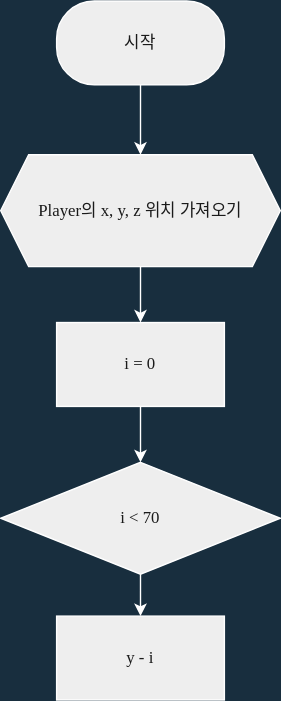
This is Algorithm/finding_dia.drawio.svg from Xe-Kinesis/Minecraft-Python, a draw.io export, as it was before one commit. Source tidied: cells renumbered, new cells last; positions are measured from the earlier drawing's top-left corner, leaving out a move shared by most shapes.
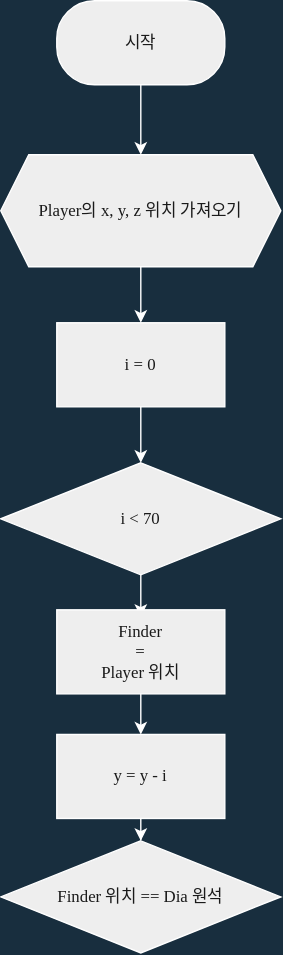
After the change.

The edit, as a diff of the source:
```diff
@@ -20,14 +20,32 @@
     <mxCell id="7" value="i = 0" style="rounded=0;whiteSpace=wrap;html=1;sketch=0;fontFamily=어그로체;fontSource=https%3A%2F%2Fcdn.jsdelivr.net%2Fgh%2Fprojectnoonnu%2Fnoonfonts_2108%401.1%2FSBAggroB.woff;fontColor=#1A1A1A;strokeColor=#FFFFFF;fillColor=#EEEEEE;" parent="1" vertex="1">
       <mxGeometry x="40" y="230" width="120" height="60" as="geometry" />
     </mxCell>
-    <mxCell id="8" style="edgeStyle=orthogonalEdgeStyle;curved=0;rounded=1;sketch=0;jettySize=auto;html=1;fontFamily=어그로체;fontSource=https%3A%2F%2Fcdn.jsdelivr.net%2Fgh%2Fprojectnoonnu%2Fnoonfonts_2108%401.1%2FSBAggroB.woff;fontColor=#FFFFFF;strokeColor=#FFFFFF;" parent="1" edge="1" source="9" target="10">
-      <mxGeometry relative="1" as="geometry" />
+    <mxCell id="8" style="edgeStyle=orthogonalEdgeStyle;curved=0;rounded=1;sketch=0;jettySize=auto;html=1;fontFamily=어그로체;fontSource=https%3A%2F%2Fcdn.jsdelivr.net%2Fgh%2Fprojectnoonnu%2Fnoonfonts_2108%401.1%2FSBAggroB.woff;fontColor=#FFFFFF;strokeColor=#FFFFFF;" parent="1" edge="1" source="9">
+      <mxGeometry relative="1" as="geometry">
+        <mxPoint x="100" y="440" as="targetPoint" />
+        <Array as="points">
+          <mxPoint x="100" y="430" />
+          <mxPoint x="100" y="430" />
+        </Array>
+      </mxGeometry>
     </mxCell>
     <mxCell id="9" value="i &amp;lt; 70" style="rhombus;whiteSpace=wrap;html=1;rounded=0;fontFamily=어그로체;fontSource=https%3A%2F%2Fcdn.jsdelivr.net%2Fgh%2Fprojectnoonnu%2Fnoonfonts_2108%401.1%2FSBAggroB.woff;fontColor=#1A1A1A;strokeColor=#FFFFFF;fillColor=#EEEEEE;sketch=0;" parent="1" vertex="1">
       <mxGeometry y="330" width="200" height="80" as="geometry" />
     </mxCell>
+    <mxCell id="11" style="edgeStyle=orthogonalEdgeStyle;curved=0;rounded=1;sketch=0;jettySize=auto;html=1;fontFamily=어그로체;fontSource=https%3A%2F%2Fcdn.jsdelivr.net%2Fgh%2Fprojectnoonnu%2Fnoonfonts_2108%401.1%2FSBAggroB.woff;fontColor=#FFFFFF;strokeColor=#FFFFFF;" parent="1" edge="1" source="10" target="12">
+      <mxGeometry relative="1" as="geometry" />
+    </mxCell>
-    <mxCell id="10" value="y - i" style="whiteSpace=wrap;html=1;rounded=0;fontFamily=어그로체;fontSource=https%3A%2F%2Fcdn.jsdelivr.net%2Fgh%2Fprojectnoonnu%2Fnoonfonts_2108%401.1%2FSBAggroB.woff;fontColor=#1A1A1A;strokeColor=#FFFFFF;fillColor=#EEEEEE;sketch=0;" parent="1" vertex="1">
-      <mxGeometry x="40" y="440" width="120" height="60" as="geometry" />
+    <mxCell id="10" value="y = y - i" style="whiteSpace=wrap;html=1;rounded=0;fontFamily=어그로체;fontSource=https%3A%2F%2Fcdn.jsdelivr.net%2Fgh%2Fprojectnoonnu%2Fnoonfonts_2108%401.1%2FSBAggroB.woff;fontColor=#1A1A1A;strokeColor=#FFFFFF;fillColor=#EEEEEE;sketch=0;" parent="1" vertex="1">
+      <mxGeometry x="40" y="524" width="120" height="60" as="geometry" />
     </mxCell>
+    <mxCell id="12" value="Finder 위치 == Dia 원석" style="rhombus;whiteSpace=wrap;html=1;rounded=0;fontFamily=어그로체;fontSource=https%3A%2F%2Fcdn.jsdelivr.net%2Fgh%2Fprojectnoonnu%2Fnoonfonts_2108%401.1%2FSBAggroB.woff;fontColor=#1A1A1A;strokeColor=#FFFFFF;fillColor=#EEEEEE;sketch=0;" parent="1" vertex="1">
+      <mxGeometry y="600" width="200" height="80" as="geometry" />
+    </mxCell>
+    <mxCell id="13" style="edgeStyle=orthogonalEdgeStyle;curved=0;rounded=1;sketch=0;jettySize=auto;html=1;fontFamily=어그로체;fontSource=https%3A%2F%2Fcdn.jsdelivr.net%2Fgh%2Fprojectnoonnu%2Fnoonfonts_2108%401.1%2FSBAggroB.woff;fontColor=#FFFFFF;strokeColor=#FFFFFF;" parent="1" edge="1" source="14" target="10">
+      <mxGeometry relative="1" as="geometry" />
+    </mxCell>
+    <mxCell id="14" value="Finder &lt;br&gt;= &lt;br&gt;Player 위치" style="whiteSpace=wrap;html=1;rounded=0;fontFamily=어그로체;fontSource=https%3A%2F%2Fcdn.jsdelivr.net%2Fgh%2Fprojectnoonnu%2Fnoonfonts_2108%401.1%2FSBAggroB.woff;fontColor=#1A1A1A;strokeColor=#FFFFFF;fillColor=#EEEEEE;sketch=0;" parent="1" vertex="1">
+      <mxGeometry x="40" y="435" width="120" height="60" as="geometry" />
+    </mxCell>
   </root>
 </mxGraphModel>
```
